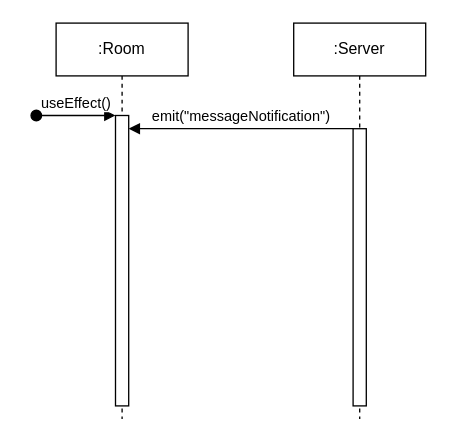
shaniceng/DrawIODiagrams keeps this draw.io diagram as Chat.drawio. Above is the earlier version. Source tidied: cells renumbered, new cells numbered last; positions are measured from the earlier drawing's top-left corner, leaving out a move shared by most shapes. Both pictures are drawn from the tidied source at 132%, with x=0, y=0 at pixel (36, 22).
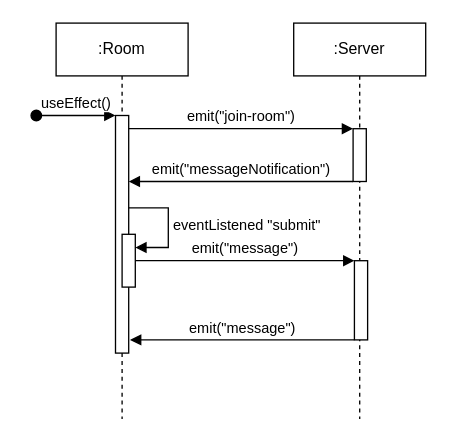
The same page after the edit.

The change refers to these unchanged cells:
```xml
<mxCell id="2" value=":Room" style="shape=umlLifeline;perimeter=lifelinePerimeter;whiteSpace=wrap;html=1;newEdgeStyle={&quot;edgeStyle&quot;:&quot;elbowEdgeStyle&quot;,&quot;elbow&quot;:&quot;vertical&quot;,&quot;curved&quot;:0,&quot;rounded&quot;:0};" parent="1" vertex="1">
  <mxGeometry x="15" width="100" height="300" as="geometry" />
</mxCell>
<mxCell id="5" value=":Server" style="shape=umlLifeline;perimeter=lifelinePerimeter;whiteSpace=wrap;html=1;newEdgeStyle={&quot;edgeStyle&quot;:&quot;elbowEdgeStyle&quot;,&quot;elbow&quot;:&quot;vertical&quot;,&quot;curved&quot;:0,&quot;rounded&quot;:0};" parent="1" vertex="1">
  <mxGeometry x="195" width="100" height="300" as="geometry" />
</mxCell>
```

Change to the diagram source:
```diff
@@
     <mxCell id="3" style="html=1;points=[];perimeter=orthogonalPerimeter;outlineConnect=0;targetShapes=umlLifeline;portConstraint=eastwest;newEdgeStyle={&quot;edgeStyle&quot;:&quot;elbowEdgeStyle&quot;,&quot;elbow&quot;:&quot;vertical&quot;,&quot;curved&quot;:0,&quot;rounded&quot;:0};" parent="2" vertex="1">
-      <mxGeometry x="45" y="70" width="10" height="220" as="geometry" />
+      <mxGeometry x="45" y="70" width="10" height="180" as="geometry" />
     </mxCell>
@@
     <mxCell id="6" style="html=1;points=[];perimeter=orthogonalPerimeter;outlineConnect=0;targetShapes=umlLifeline;portConstraint=eastwest;newEdgeStyle={&quot;edgeStyle&quot;:&quot;elbowEdgeStyle&quot;,&quot;elbow&quot;:&quot;vertical&quot;,&quot;curved&quot;:0,&quot;rounded&quot;:0};" parent="5" vertex="1">
-      <mxGeometry x="45" y="80" width="10" height="210" as="geometry" />
+      <mxGeometry x="45" y="80" width="10" height="40" as="geometry" />
     </mxCell>
     <mxCell id="7" value="emit(&quot;messageNotification&quot;)" style="html=1;verticalAlign=bottom;endArrow=block;edgeStyle=elbowEdgeStyle;elbow=vertical;curved=0;rounded=0;" parent="1" edge="1">
       <mxGeometry relative="1" as="geometry">
-        <mxPoint x="240" y="80" as="sourcePoint" />
-        <mxPoint x="70" y="80" as="targetPoint" />
+        <mxPoint x="240" y="120" as="sourcePoint" />
+        <mxPoint x="70" y="120" as="targetPoint" />
         <Array as="points">
-          <mxPoint x="185" y="80" />
-          <mxPoint x="165" y="120" />
+          <mxPoint x="185" y="120" />
+          <mxPoint x="165" y="160" />
         </Array>
       </mxGeometry>
     </mxCell>
+    <mxCell id="8" value="emit(&quot;join-room&quot;)" style="html=1;verticalAlign=bottom;endArrow=block;edgeStyle=elbowEdgeStyle;elbow=vertical;curved=0;rounded=0;" parent="1" edge="1" target="6">
+      <mxGeometry relative="1" as="geometry">
+        <mxPoint x="70" y="80" as="sourcePoint" />
+        <Array as="points">
+          <mxPoint x="165" y="80" />
+          <mxPoint x="185" y="40" />
+        </Array>
+      </mxGeometry>
+    </mxCell>
+    <mxCell id="9" value="emit(&quot;message&quot;)" style="html=1;verticalAlign=bottom;endArrow=block;edgeStyle=elbowEdgeStyle;elbow=vertical;curved=0;rounded=0;" parent="1" edge="1" source="10">
+      <mxGeometry relative="1" as="geometry">
+        <mxPoint x="241" y="180" as="targetPoint" />
+        <Array as="points">
+          <mxPoint x="186" y="180" />
+        </Array>
+      </mxGeometry>
+    </mxCell>
+    <mxCell id="10" style="html=1;points=[[0,0,0,0,5],[0,1,0,0,-5],[1,0,0,0,5],[1,1,0,0,-5]];perimeter=orthogonalPerimeter;outlineConnect=0;targetShapes=umlLifeline;portConstraint=eastwest;newEdgeStyle={&quot;curved&quot;:0,&quot;rounded&quot;:0};" parent="1" vertex="1">
+      <mxGeometry x="65" y="160" width="10" height="40" as="geometry" />
+    </mxCell>
+    <mxCell id="11" value="eventListened &quot;submit&quot;" style="html=1;align=left;spacingLeft=2;endArrow=block;rounded=0;edgeStyle=orthogonalEdgeStyle;curved=0;rounded=0;" parent="1" edge="1" target="10">
+      <mxGeometry relative="1" as="geometry">
+        <mxPoint x="70" y="140" as="sourcePoint" />
+        <Array as="points">
+          <mxPoint x="100" y="170" />
+        </Array>
+      </mxGeometry>
+    </mxCell>
+    <mxCell id="12" style="html=1;perimeter=orthogonalPerimeter;targetShapes=umlLifeline;newEdgeStyle={&quot;edgeStyle&quot;:&quot;elbowEdgeStyle&quot;,&quot;elbow&quot;:&quot;vertical&quot;,&quot;curved&quot;:0,&quot;rounded&quot;:0};" parent="1" vertex="1">
+      <mxGeometry x="241" y="180" width="10" height="60" as="geometry" />
+    </mxCell>
+    <mxCell id="13" value="emit(&quot;message&quot;)" style="html=1;verticalAlign=bottom;endArrow=block;edgeStyle=elbowEdgeStyle;elbow=vertical;curved=0;rounded=0;" parent="1" edge="1">
+      <mxGeometry relative="1" as="geometry">
+        <mxPoint x="241" y="240" as="sourcePoint" />
+        <mxPoint x="71" y="240" as="targetPoint" />
+        <Array as="points">
+          <mxPoint x="182" y="240" />
+        </Array>
+      </mxGeometry>
+    </mxCell>
```
